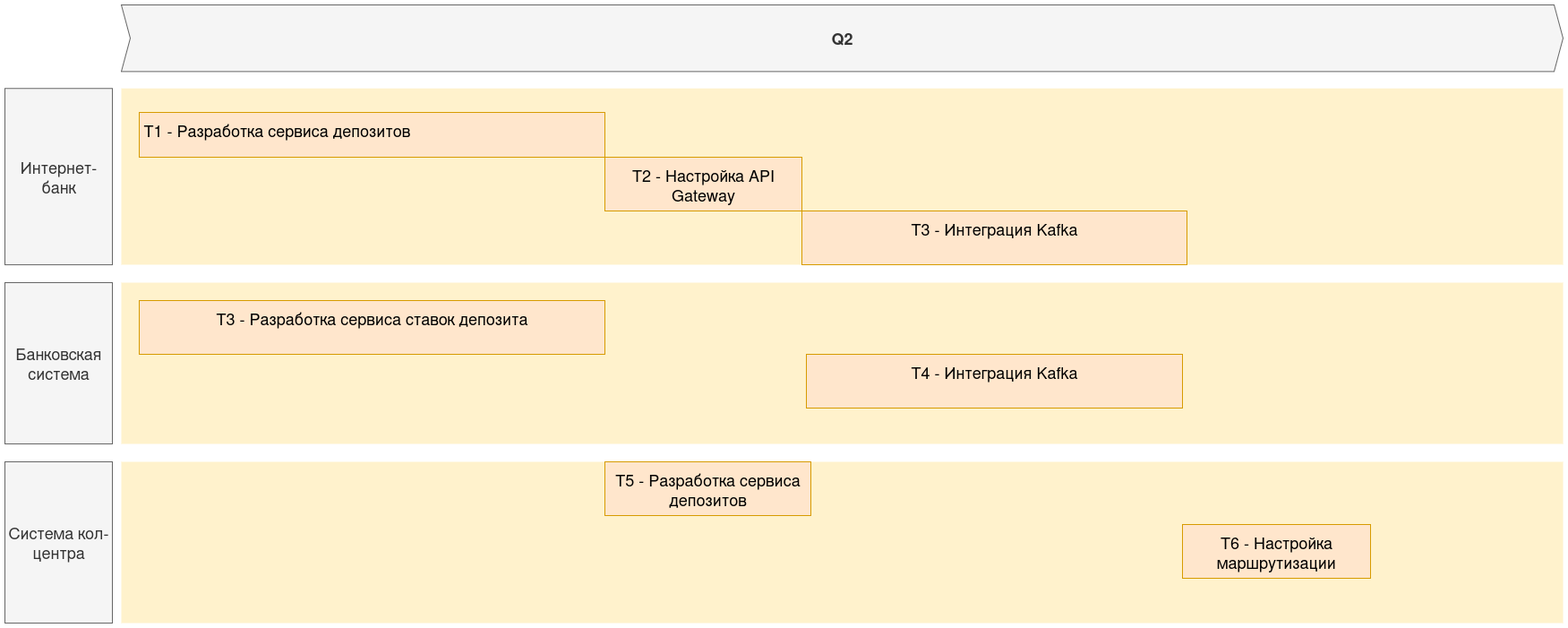
mikhel1984/architecture-standart keeps this draw.io diagram as Task4/RoadMap_bank_Standart.png. Above is the earlier version. Source tidied: cells renumbered, new cells last; positions are measured from the earlier drawing's top-left corner, leaving out a move shared by most shapes.
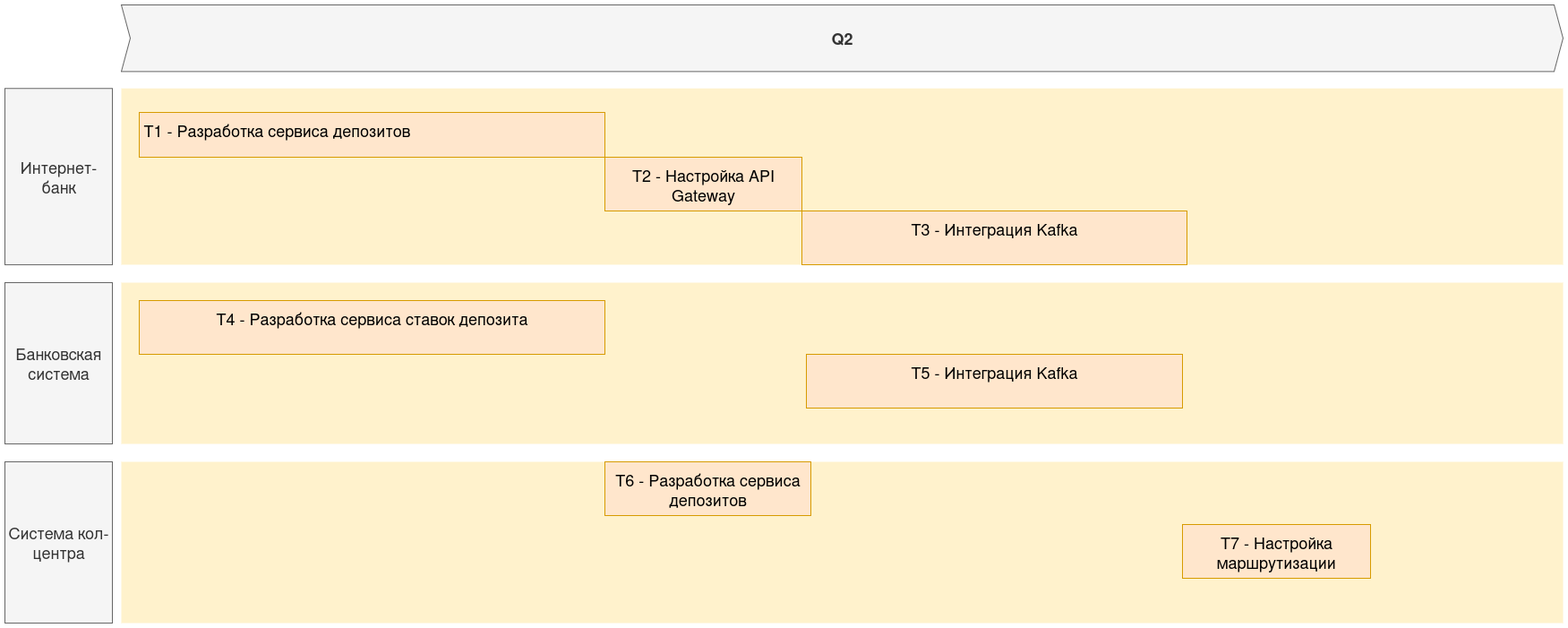
After the change.

Diff of the diagram source:
```diff
@@ -23,10 +23,10 @@
     <mxCell id="8" value="Q2" style="shape=step;perimeter=stepPerimeter;whiteSpace=wrap;html=1;fixedSize=1;size=10;fillColor=#f5f5f5;strokeColor=#666666;fontSize=18;fontStyle=1;align=center;rounded=0;fontColor=#333333;" parent="1" vertex="1">
       <mxGeometry x="130" width="1610" height="74.4" as="geometry" />
     </mxCell>
-    <mxCell id="9" value="T4 - Интеграция Kafka" style="shape=rect;fillColor=#ffe6cc;strokeColor=#d79b00;fontSize=18;html=1;whiteSpace=wrap;align=center;verticalAlign=top;spacing=5;rounded=0;" parent="1" vertex="1">
+    <mxCell id="9" value="T5 - Интеграция Kafka" style="shape=rect;fillColor=#ffe6cc;strokeColor=#d79b00;fontSize=18;html=1;whiteSpace=wrap;align=center;verticalAlign=top;spacing=5;rounded=0;" parent="1" vertex="1">
       <mxGeometry x="895" y="390" width="420" height="60" as="geometry" />
     </mxCell>
-    <mxCell id="10" value="T3 - Разработка сервиса ставок депозита" style="shape=rect;fillColor=#ffe6cc;strokeColor=#d79b00;fontSize=18;html=1;whiteSpace=wrap;align=center;verticalAlign=top;spacing=5;rounded=0;" parent="1" vertex="1">
+    <mxCell id="10" value="T4 - Разработка сервиса ставок депозита" style="shape=rect;fillColor=#ffe6cc;strokeColor=#d79b00;fontSize=18;html=1;whiteSpace=wrap;align=center;verticalAlign=top;spacing=5;rounded=0;" parent="1" vertex="1">
       <mxGeometry x="150" y="330" width="520" height="60" as="geometry" />
     </mxCell>
     <mxCell id="11" style="shape=rect;fillColor=#fff2cc;strokeColor=none;fontSize=24;html=1;whiteSpace=wrap;align=left;verticalAlign=top;spacing=5;rounded=0;" parent="1" vertex="1">
@@ -35,10 +35,10 @@
     <mxCell id="12" value="Система кол-центра" style="rounded=0;whiteSpace=wrap;html=1;fillColor=#f5f5f5;fontColor=#333333;strokeColor=#666666;fontSize=18;" parent="1" vertex="1">
       <mxGeometry y="510" width="120" height="180" as="geometry" />
     </mxCell>
-    <mxCell id="13" value="T6 - Настройка маршрутизации" style="shape=rect;fillColor=#ffe6cc;strokeColor=#d79b00;fontSize=18;html=1;whiteSpace=wrap;align=center;verticalAlign=top;spacing=5;rounded=0;" parent="1" vertex="1">
+    <mxCell id="13" value="&lt;div&gt;T7 - Настройка маршрутизации&lt;/div&gt;" style="shape=rect;fillColor=#ffe6cc;strokeColor=#d79b00;fontSize=18;html=1;whiteSpace=wrap;align=center;verticalAlign=top;spacing=5;rounded=0;" parent="1" vertex="1">
       <mxGeometry x="1315" y="580" width="210" height="60" as="geometry" />
     </mxCell>
-    <mxCell id="14" value="T5 - Разработка сервиса депозитов" style="shape=rect;fillColor=#ffe6cc;strokeColor=#d79b00;fontSize=18;html=1;whiteSpace=wrap;align=center;verticalAlign=top;spacing=5;rounded=0;" parent="1" vertex="1">
+    <mxCell id="14" value="T6 - Разработка сервиса депозитов" style="shape=rect;fillColor=#ffe6cc;strokeColor=#d79b00;fontSize=18;html=1;whiteSpace=wrap;align=center;verticalAlign=top;spacing=5;rounded=0;" parent="1" vertex="1">
       <mxGeometry x="670" y="510" width="230" height="60" as="geometry" />
     </mxCell>
     <mxCell id="15" value="&lt;span style=&quot;text-align: left;&quot;&gt;T3 - Интеграция Kafka&lt;/span&gt;" style="shape=rect;fillColor=#ffe6cc;strokeColor=#d79b00;fontSize=18;html=1;whiteSpace=wrap;align=center;verticalAlign=top;spacing=5;rounded=0;" parent="1" vertex="1">
```
